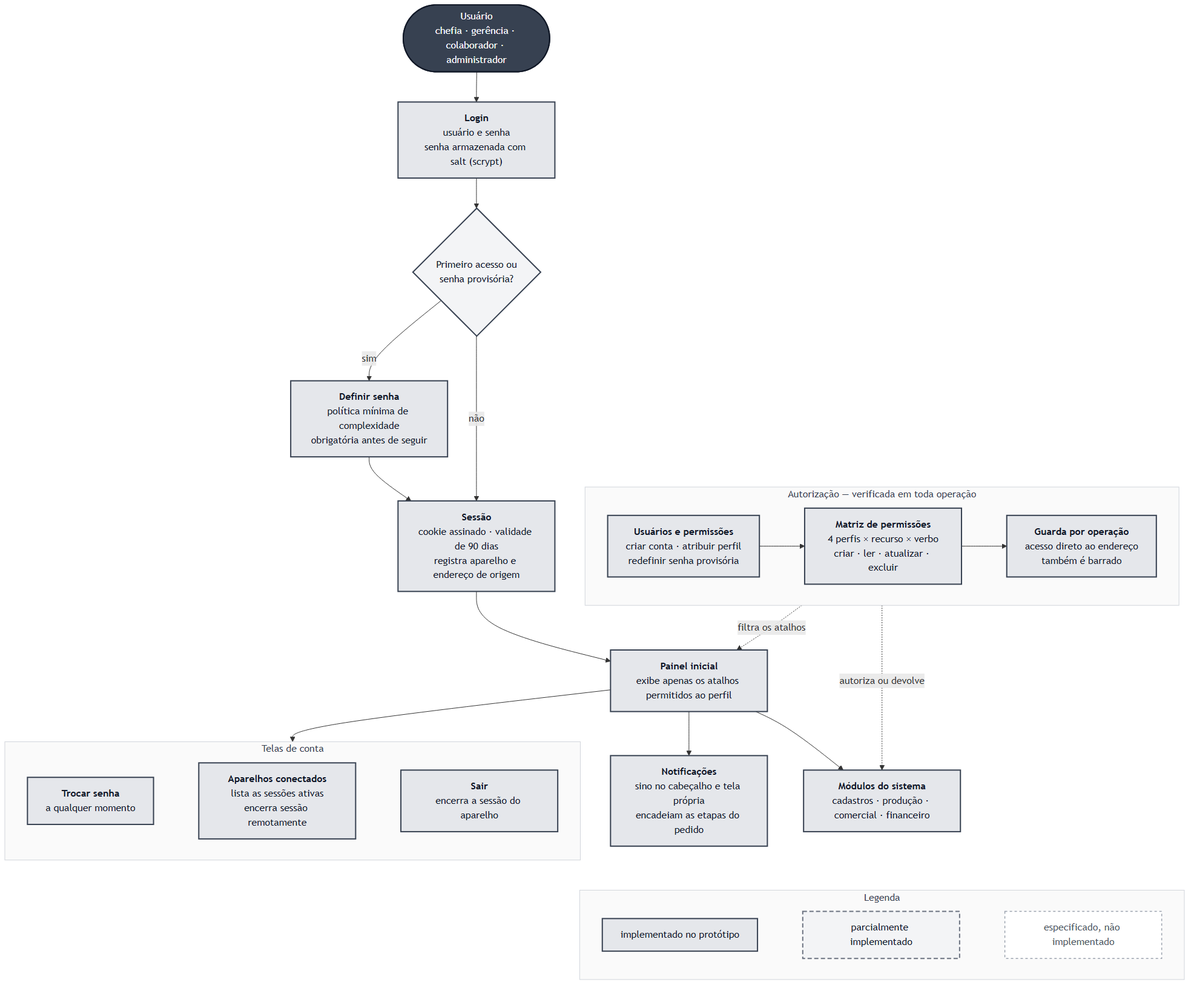
This is docs/rotinas/img/mapa-0-acesso.png from JoaoMudar/mudar, a Mermaid export, as it was before one commit. Its source is kept beside it as docs/rotinas/img/mapa-0-acesso.mmd.
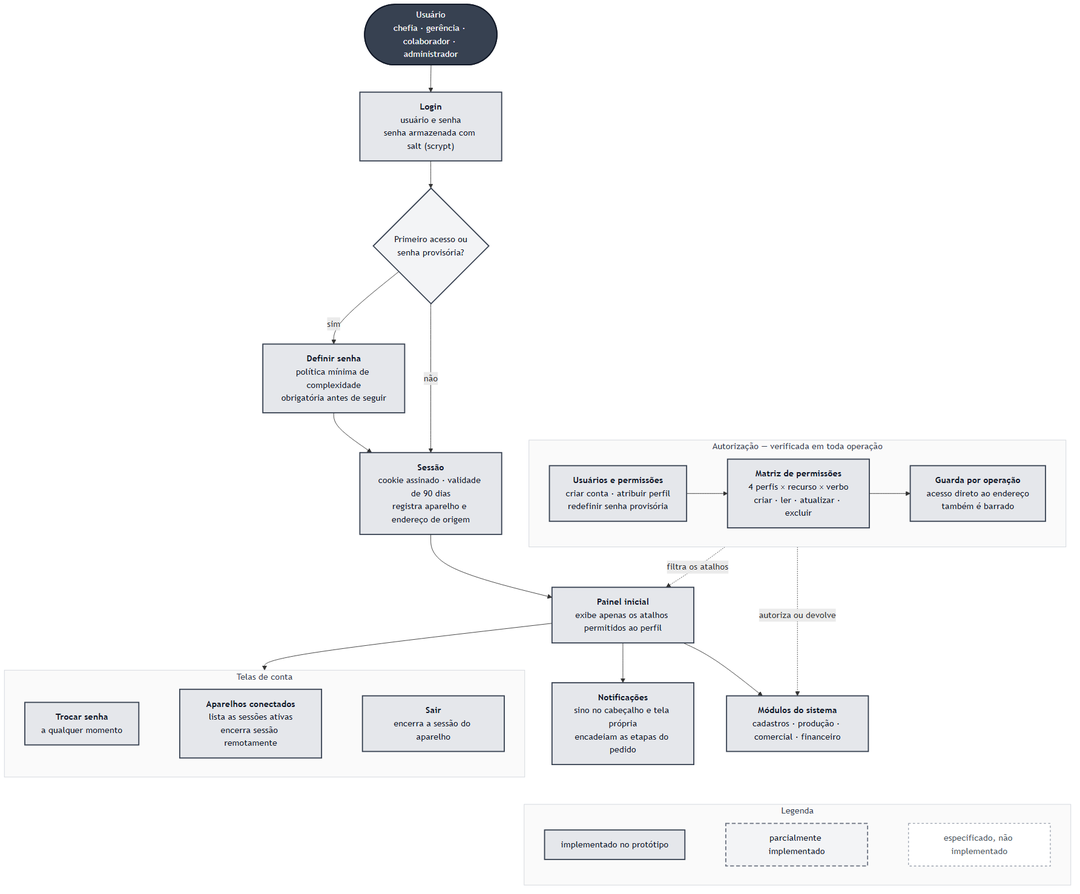
The same diagram one commit later.

The edit, as a diff of the source:
```diff
@@ -48,16 +48,16 @@
   end
   MOD ~~~ LEG
 
-  classDef feito fill:#e5e7eb,stroke:#374151,stroke-width:2px,color:#111827
-  classDef parcial fill:#f3f4f6,stroke:#6b7280,stroke-width:2px,color:#111827,stroke-dasharray:7 4
-  classDef futuro fill:#ffffff,stroke:#9ca3af,stroke-width:1.5px,color:#4b5563,stroke-dasharray:4 4
+  classDef ok fill:#dcfce7,stroke:#16a34a,stroke-width:2px,color:#111
+  classDef meio fill:#fef3c7,stroke:#d97706,stroke-width:2px,color:#111
+  classDef falta fill:#fee2e2,stroke:#dc2626,stroke-width:2px,color:#111
+  classDef grupo fill:#f8fafc,stroke:#cbd5e1,stroke-width:1px,color:#334155
   classDef ator fill:#374151,stroke:#111827,stroke-width:2px,color:#f9fafb
-  classDef decisao fill:#f3f4f6,stroke:#374151,stroke-width:2px,color:#111827
-  classDef grupo fill:#fafafa,stroke:#d1d5db,stroke-width:1px,color:#374151
+  classDef decisao fill:#e2e8f0,stroke:#475569,stroke-width:2px,color:#111
 
-  class LOG,SEN,SES,PAI,TRO,APA,SAI,NOT,USUA,MAT,GUA,MOD,L1 feito
-  class L2 parcial
-  class L3 futuro
+  class LOG,SEN,SES,PAI,TRO,APA,SAI,NOT,USUA,MAT,GUA,MOD,L1 ok
+  class L2 meio
+  class L3 falta
   class USR ator
   class DEC decisao
   class OPE,AUT,LEG grupo
```
